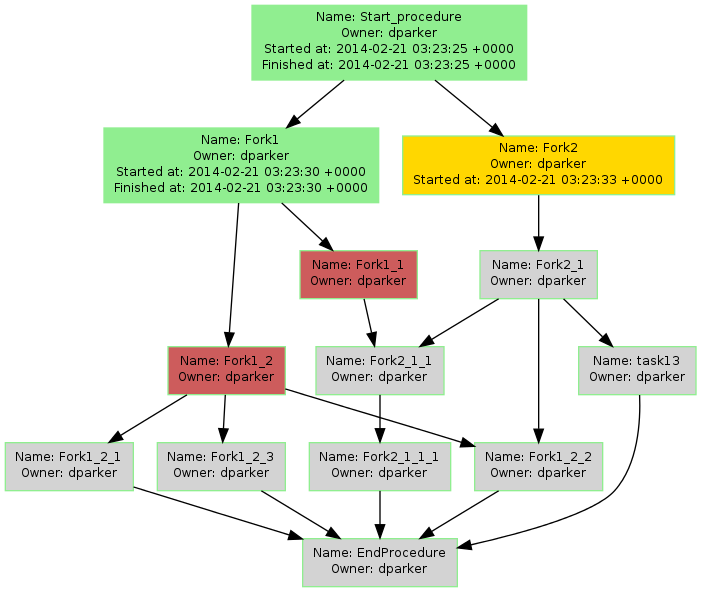
svdasein/thehat keeps this Graphviz diagram as src/www/bendy.planner-digraph.png. Above is the earlier version. Its source is kept beside it as src/www/bendy.planner-digraph.dot.
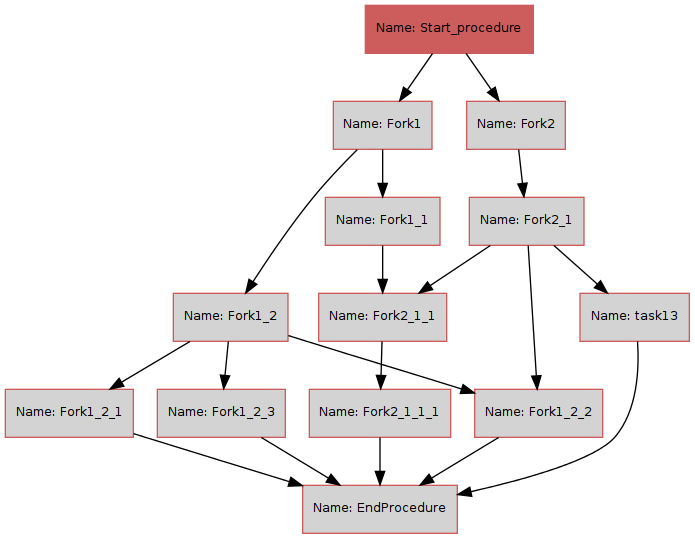
The same diagram one commit later.

Change to the diagram source:
```diff
@@ -1,72 +1,72 @@
 digraph bendy_planner {
 	Start_procedure [fontsize="9"];
-	Start_procedure [label="Name: Start_procedure\nOwner: dparker\nStarted at: 2014-02-21 03:23:25 +0000\nFinished at: 2014-02-21 03:23:25 +0000\n"];
+	Start_procedure [label="Name: Start_procedure\n"];
 	Start_procedure [style="filled"];
-	Start_procedure [color="PaleGreen2"];
-	Start_procedure [fillcolor="PaleGreen2"];
+	Start_procedure [color="IndianRed"];
+	Start_procedure [fillcolor="IndianRed"];
 	Fork1 [fontsize="9"];
-	Fork1 [label="Name: Fork1\nOwner: dparker\nStarted at: 2014-02-21 03:23:30 +0000\nFinished at: 2014-02-21 03:23:30 +0000\n"];
+	Fork1 [label="Name: Fork1\n"];
 	Fork1 [style="filled"];
-	Fork1 [color="PaleGreen2"];
-	Fork1 [fillcolor="PaleGreen2"];
+	Fork1 [color="IndianRed"];
+	Fork1 [fillcolor="LightGrey"];
 	Fork2 [fontsize="9"];
-	Fork2 [label="Name: Fork2\nOwner: dparker\nStarted at: 2014-02-21 03:23:33 +0000\n"];
+	Fork2 [label="Name: Fork2\n"];
 	Fork2 [style="filled"];
-	Fork2 [color="PaleGreen2"];
-	Fork2 [fillcolor="gold"];
+	Fork2 [color="IndianRed"];
+	Fork2 [fillcolor="LightGrey"];
 	Fork1_1 [fontsize="9"];
-	Fork1_1 [label="Name: Fork1_1\nOwner: dparker\n"];
+	Fork1_1 [label="Name: Fork1_1\n"];
 	Fork1_1 [style="filled"];
 	Fork1_1 [URL="http://google.com"];
 	Fork1_1 [tooltip="Click for details"];
-	Fork1_1 [color="PaleGreen2"];
-	Fork1_1 [fillcolor="IndianRed"];
+	Fork1_1 [color="IndianRed"];
+	Fork1_1 [fillcolor="LightGrey"];
 	Fork1_2 [fontsize="9"];
-	Fork1_2 [label="Name: Fork1_2\nOwner: dparker\n"];
+	Fork1_2 [label="Name: Fork1_2\n"];
 	Fork1_2 [style="filled"];
-	Fork1_2 [color="PaleGreen2"];
-	Fork1_2 [fillcolor="IndianRed"];
+	Fork1_2 [color="IndianRed"];
+	Fork1_2 [fillcolor="LightGrey"];
 	Fork1_2_1 [fontsize="9"];
-	Fork1_2_1 [label="Name: Fork1_2_1\nOwner: dparker\n"];
+	Fork1_2_1 [label="Name: Fork1_2_1\n"];
 	Fork1_2_1 [style="filled"];
-	Fork1_2_1 [color="PaleGreen2"];
+	Fork1_2_1 [color="IndianRed"];
 	Fork1_2_1 [fillcolor="LightGrey"];
 	Fork1_2_2 [fontsize="9"];
-	Fork1_2_2 [label="Name: Fork1_2_2\nOwner: dparker\n"];
+	Fork1_2_2 [label="Name: Fork1_2_2\n"];
 	Fork1_2_2 [style="filled"];
-	Fork1_2_2 [color="PaleGreen2"];
+	Fork1_2_2 [color="IndianRed"];
 	Fork1_2_2 [fillcolor="LightGrey"];
 	Fork1_2_3 [fontsize="9"];
-	Fork1_2_3 [label="Name: Fork1_2_3\nOwner: dparker\n"];
+	Fork1_2_3 [label="Name: Fork1_2_3\n"];
 	Fork1_2_3 [style="filled"];
-	Fork1_2_3 [color="PaleGreen2"];
+	Fork1_2_3 [color="IndianRed"];
 	Fork1_2_3 [fillcolor="LightGrey"];
 	Fork2_1 [fontsize="9"];
-	Fork2_1 [label="Name: Fork2_1\nOwner: dparker\n"];
+	Fork2_1 [label="Name: Fork2_1\n"];
 	Fork2_1 [style="filled"];
 	Fork2_1 [URL="http://yahoo.com"];
 	Fork2_1 [tooltip="Click for details"];
-	Fork2_1 [color="PaleGreen2"];
+	Fork2_1 [color="IndianRed"];
 	Fork2_1 [fillcolor="LightGrey"];
 	Fork2_1_1 [fontsize="9"];
-	Fork2_1_1 [label="Name: Fork2_1_1\nOwner: dparker\n"];
+	Fork2_1_1 [label="Name: Fork2_1_1\n"];
 	Fork2_1_1 [style="filled"];
-	Fork2_1_1 [color="PaleGreen2"];
+	Fork2_1_1 [color="IndianRed"];
 	Fork2_1_1 [fillcolor="LightGrey"];
 	Fork2_1_1_1 [fontsize="9"];
-	Fork2_1_1_1 [label="Name: Fork2_1_1_1\nOwner: dparker\n"];
+	Fork2_1_1_1 [label="Name: Fork2_1_1_1\n"];
 	Fork2_1_1_1 [style="filled"];
-	Fork2_1_1_1 [color="PaleGreen2"];
+	Fork2_1_1_1 [color="IndianRed"];
 	Fork2_1_1_1 [fillcolor="LightGrey"];
 	EndProcedure [fontsize="9"];
-	EndProcedure [label="Name: EndProcedure\nOwner: dparker\n"];
+	EndProcedure [label="Name: EndProcedure\n"];
 	EndProcedure [style="filled"];
-	EndProcedure [color="PaleGreen2"];
+	EndProcedure [color="IndianRed"];
 	EndProcedure [fillcolor="LightGrey"];
 	task13 [fontsize="9"];
-	task13 [label="Name: task13\nOwner: dparker\n"];
+	task13 [label="Name: task13\n"];
 	task13 [style="filled"];
-	task13 [color="PaleGreen2"];
+	task13 [color="IndianRed"];
 	task13 [fillcolor="LightGrey"];
 	Start_procedure -> Fork1;
 	Start_procedure -> Fork2;
```
